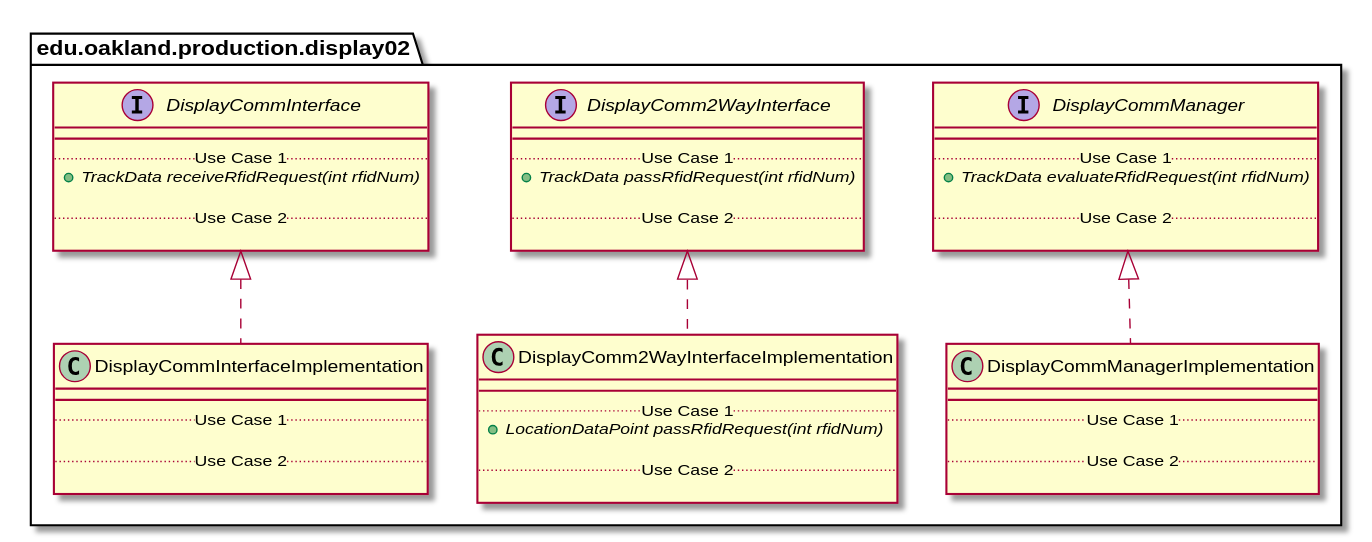
The PlantUML diagram docs/uml-class-diagrams/display02/production/Display02ProductionPackage_InternalDependencies.svg in andrewdimmer/csi-3370-software-project, before a commit. The source it was exported from:
```plantuml
@startuml Display02ProductionPackage_InternalDependencies

package edu.oakland.production.display02 {

}


package edu.oakland.production.display02 {
    interface DisplayCommInterface {
        __
        .. Use Case 1 ..
        {abstract} + TrackData receiveRfidRequest(int rfidNum)

        .. Use Case 2 ..

    }
}


package edu.oakland.production.display02 {
    interface DisplayComm2WayInterface {
        __
        .. Use Case 1 ..
        {abstract} + TrackData passRfidRequest(int rfidNum)

        .. Use Case 2 ..

    }
}


package edu.oakland.production.display02 {
    interface DisplayCommManager {
        __
        .. Use Case 1 ..
        {abstract} + TrackData evaluateRfidRequest(int rfidNum)

        .. Use Case 2 ..

    }
}


package edu.oakland.production.display02 {
    class DisplayCommInterfaceImplementation {
        __
        .. Use Case 1 ..

        .. Use Case 2 ..

    }
}


DisplayCommInterfaceImplementation .up.|> DisplayCommInterface

package edu.oakland.production.display02 {
    class DisplayComm2WayInterfaceImplementation {
        __
        .. Use Case 1 ..
        {abstract} + LocationDataPoint passRfidRequest(int rfidNum)

        .. Use Case 2 ..

    }
}


DisplayComm2WayInterfaceImplementation .up.|> DisplayComm2WayInterface

package edu.oakland.production.display02 {
    class DisplayCommManagerImplementation {
        __
        .. Use Case 1 ..

        .. Use Case 2 ..

    }
}


DisplayCommManagerImplementation .up.|> DisplayCommManager

@enduml
```
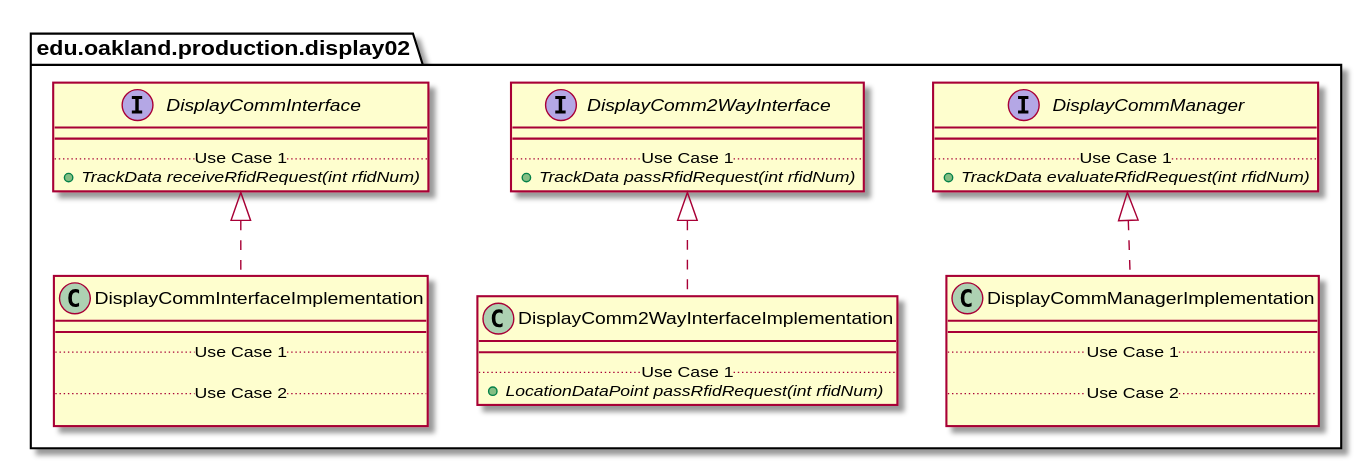
The same file after the commit.

The edit, as a diff of the source:
```diff
@@ -10,9 +10,6 @@
         __
         .. Use Case 1 ..
         {abstract} + TrackData receiveRfidRequest(int rfidNum)
-
-        .. Use Case 2 ..
-
     }
 }
 
@@ -22,9 +19,6 @@
         __
         .. Use Case 1 ..
         {abstract} + TrackData passRfidRequest(int rfidNum)
-
-        .. Use Case 2 ..
-
     }
 }
 
@@ -34,9 +28,6 @@
         __
         .. Use Case 1 ..
         {abstract} + TrackData evaluateRfidRequest(int rfidNum)
-
-        .. Use Case 2 ..
-
     }
 }
 
@@ -59,9 +50,6 @@
         __
         .. Use Case 1 ..
         {abstract} + LocationDataPoint passRfidRequest(int rfidNum)
-
-        .. Use Case 2 ..
-
     }
 }
 
```
